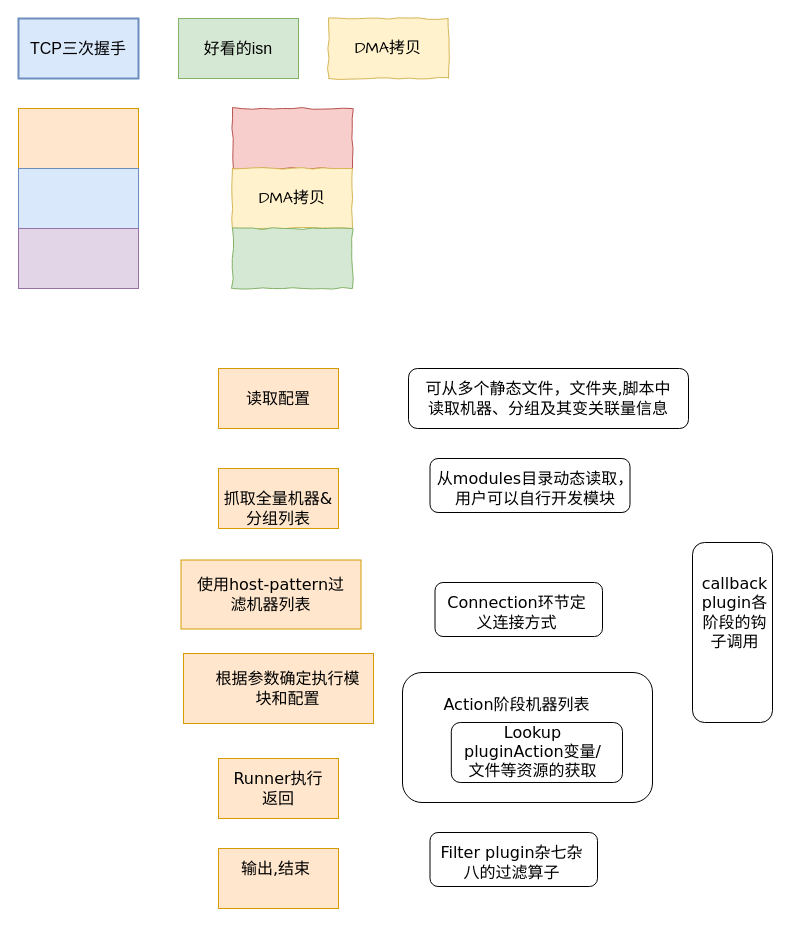
Above: Untitled Diagram.drawio in Kelsey1998/picture (draw.io), before the change. Source tidied: cells renumbered, new cells numbered last; positions are measured from the earlier drawing's top-left corner, leaving out a move shared by most shapes. Both pictures are drawn from the tidied source at 100%, with x=0, y=0 at pixel (18, 18).
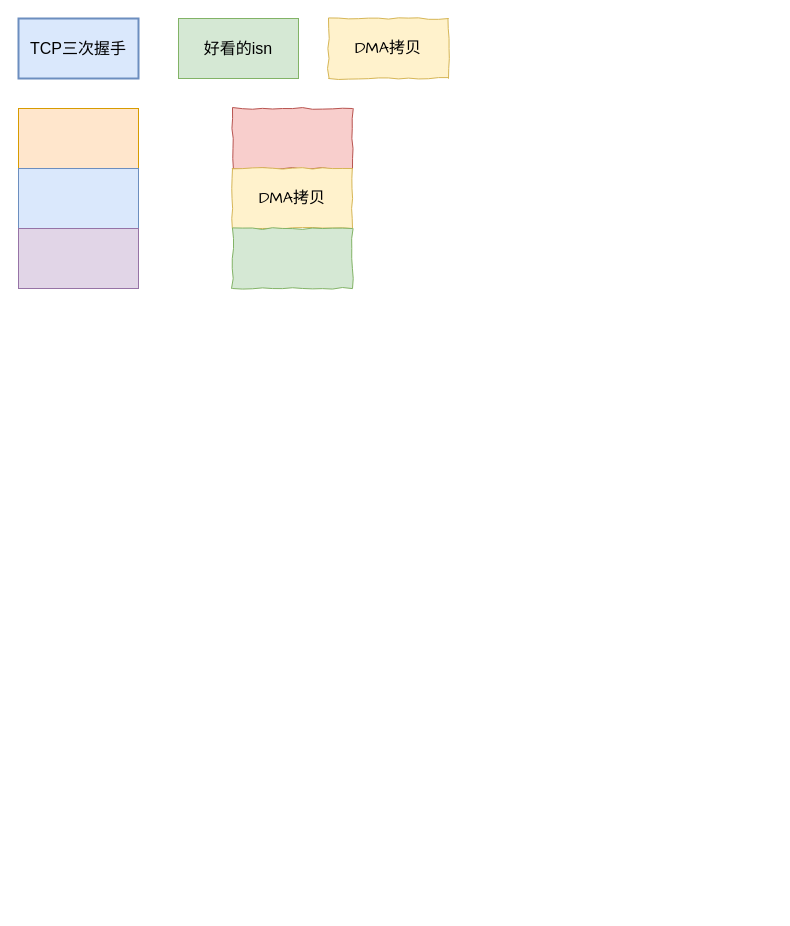
The same diagram, later.

Diff of the diagram source:
```diff
@@
-    <mxCell id="11" style="whiteSpace=wrap;html=1;fillColor=#ffe6cc;strokeColor=#d79b00;shadow=0;" parent="1" vertex="1">
-      <mxGeometry x="200" y="350" width="120" height="60" as="geometry" />
-    </mxCell>
-    <mxCell id="12" style="whiteSpace=wrap;html=1;fillColor=#ffe6cc;strokeColor=#d79b00;shadow=0;" parent="1" vertex="1">
-      <mxGeometry x="200" y="450" width="120" height="60" as="geometry" />
-    </mxCell>
-    <mxCell id="13" style="whiteSpace=wrap;html=1;fillColor=#ffe6cc;strokeColor=#d79b00;shadow=0;" parent="1" vertex="1">
-      <mxGeometry x="162.5" y="541.5" width="180" height="69" as="geometry" />
-    </mxCell>
-    <mxCell id="14" style="whiteSpace=wrap;html=1;fillColor=#ffe6cc;strokeColor=#d79b00;shadow=0;" parent="1" vertex="1">
-      <mxGeometry x="165" y="635" width="190" height="70" as="geometry" />
-    </mxCell>
-    <mxCell id="15" style="whiteSpace=wrap;html=1;fillColor=#ffe6cc;strokeColor=#d79b00;shadow=0;" parent="1" vertex="1">
-      <mxGeometry x="200" y="740" width="120" height="60" as="geometry" />
-    </mxCell>
-    <mxCell id="16" style="whiteSpace=wrap;html=1;fillColor=#ffe6cc;strokeColor=#d79b00;shadow=0;" parent="1" vertex="1">
-      <mxGeometry x="200" y="830" width="120" height="60" as="geometry" />
-    </mxCell>
-    <mxCell id="17" value="读取配置" style="text;html=1;strokeColor=none;fillColor=none;align=center;verticalAlign=middle;whiteSpace=wrap;rounded=0;shadow=0;fontFamily=Verdana;fontSize=16;fontColor=#000000;" parent="1" vertex="1">
-      <mxGeometry x="225" y="370" width="70" height="20" as="geometry" />
-    </mxCell>
-    <mxCell id="18" value="抓取全量机器&amp;amp;分组列表" style="text;html=1;strokeColor=none;fillColor=none;align=center;verticalAlign=middle;whiteSpace=wrap;rounded=0;shadow=0;fontFamily=Verdana;fontSize=16;fontColor=#000000;" parent="1" vertex="1">
-      <mxGeometry x="200" y="480" width="120" height="20" as="geometry" />
-    </mxCell>
-    <mxCell id="19" value="使用host-pattern过滤机器列表" style="text;html=1;strokeColor=none;fillColor=none;align=center;verticalAlign=middle;whiteSpace=wrap;rounded=0;shadow=0;fontFamily=Verdana;fontSize=16;fontColor=#000000;" parent="1" vertex="1">
-      <mxGeometry x="175" y="566" width="155" height="20" as="geometry" />
-    </mxCell>
-    <mxCell id="20" value="Runner执行返回" style="text;html=1;strokeColor=none;fillColor=none;align=center;verticalAlign=middle;whiteSpace=wrap;rounded=0;shadow=0;fontFamily=Verdana;fontSize=16;fontColor=#000000;" parent="1" vertex="1">
-      <mxGeometry x="207" y="760" width="106" height="20" as="geometry" />
-    </mxCell>
-    <mxCell id="21" value="根据参数确定执行模块和配置" style="text;html=1;strokeColor=none;fillColor=none;align=center;verticalAlign=middle;whiteSpace=wrap;rounded=0;shadow=0;fontFamily=Verdana;fontSize=16;fontColor=#000000;" parent="1" vertex="1">
-      <mxGeometry x="195.5" y="660" width="147" height="20" as="geometry" />
-    </mxCell>
-    <mxCell id="22" value="输出,结束" style="text;html=1;strokeColor=none;fillColor=none;align=center;verticalAlign=middle;whiteSpace=wrap;rounded=0;shadow=0;fontFamily=Verdana;fontSize=16;fontColor=#000000;" parent="1" vertex="1">
-      <mxGeometry x="205" y="840" width="105" height="20" as="geometry" />
-    </mxCell>
-    <mxCell id="23" style="rounded=1;whiteSpace=wrap;html=1;shadow=0;fillColor=none;fontFamily=Verdana;fontSize=16;" parent="1" vertex="1">
-      <mxGeometry x="390" y="350" width="280" height="60" as="geometry" />
-    </mxCell>
-    <mxCell id="24" value="可从多个静态文件，文件夹,脚本中读取机器、分组及其变关联量信息" style="text;html=1;strokeColor=none;fillColor=none;align=center;verticalAlign=middle;whiteSpace=wrap;rounded=0;shadow=0;fontFamily=Verdana;fontSize=16;fontColor=#000000;" parent="1" vertex="1">
-      <mxGeometry x="400" y="370" width="260" height="20" as="geometry" />
-    </mxCell>
-    <mxCell id="25" style="rounded=1;whiteSpace=wrap;html=1;shadow=0;fillColor=none;fontFamily=Verdana;fontSize=16;" parent="1" vertex="1">
-      <mxGeometry x="411.5" y="440" width="200" height="54" as="geometry" />
-    </mxCell>
-    <mxCell id="26" value="从modules目录动态读取，用户可以自行开发模块" style="text;html=1;strokeColor=none;fillColor=none;align=center;verticalAlign=middle;whiteSpace=wrap;rounded=0;shadow=0;fontFamily=Verdana;fontSize=16;fontColor=#000000;" parent="1" vertex="1">
-      <mxGeometry x="416.5" y="460" width="200" height="20" as="geometry" />
-    </mxCell>
-    <mxCell id="27" style="rounded=1;whiteSpace=wrap;html=1;shadow=0;fillColor=none;fontFamily=Verdana;fontSize=16;" parent="1" vertex="1">
-      <mxGeometry x="416.5" y="564" width="167.5" height="54" as="geometry" />
-    </mxCell>
-    <mxCell id="28" value="Connection环节定义连接方式&lt;br&gt;" style="text;html=1;strokeColor=none;fillColor=none;align=center;verticalAlign=middle;whiteSpace=wrap;rounded=0;shadow=0;fontFamily=Verdana;fontSize=16;fontColor=#000000;" parent="1" vertex="1">
-      <mxGeometry x="421.5" y="584" width="152.5" height="20" as="geometry" />
-    </mxCell>
-    <mxCell id="29" style="rounded=1;whiteSpace=wrap;html=1;shadow=0;fillColor=none;fontFamily=Verdana;fontSize=16;" parent="1" vertex="1">
-      <mxGeometry x="384" y="654" width="250" height="130" as="geometry" />
-    </mxCell>
-    <mxCell id="30" value="Action阶段机器列表" style="text;html=1;strokeColor=none;fillColor=none;align=center;verticalAlign=middle;whiteSpace=wrap;rounded=0;shadow=0;fontFamily=Verdana;fontSize=16;fontColor=#000000;" parent="1" vertex="1">
-      <mxGeometry x="421.5" y="677" width="152.5" height="17" as="geometry" />
-    </mxCell>
-    <mxCell id="31" style="rounded=1;whiteSpace=wrap;html=1;shadow=0;fillColor=none;fontFamily=Verdana;fontSize=16;" parent="1" vertex="1">
-      <mxGeometry x="432.8" y="704" width="171.2" height="60" as="geometry" />
-    </mxCell>
-    <mxCell id="32" value="Lookup pluginAction变量/文件等资源的获取" style="text;html=1;strokeColor=none;fillColor=none;align=center;verticalAlign=middle;whiteSpace=wrap;rounded=0;shadow=0;fontFamily=Verdana;fontSize=16;fontColor=#000000;" parent="1" vertex="1">
-      <mxGeometry x="437.8" y="724" width="152.5" height="17" as="geometry" />
-    </mxCell>
-    <mxCell id="33" style="rounded=1;whiteSpace=wrap;html=1;shadow=0;fillColor=none;fontFamily=Verdana;fontSize=16;" parent="1" vertex="1">
-      <mxGeometry x="411.5" y="814" width="167.5" height="54" as="geometry" />
-    </mxCell>
-    <mxCell id="34" value="Filter plugin杂七杂八的过滤算子" style="text;html=1;strokeColor=none;fillColor=none;align=center;verticalAlign=middle;whiteSpace=wrap;rounded=0;shadow=0;fontFamily=Verdana;fontSize=16;fontColor=#000000;" parent="1" vertex="1">
-      <mxGeometry x="416.5" y="834" width="152.5" height="20" as="geometry" />
-    </mxCell>
-    <mxCell id="35" style="rounded=1;whiteSpace=wrap;html=1;shadow=0;fillColor=none;fontFamily=Verdana;fontSize=16;" parent="1" vertex="1">
-      <mxGeometry x="674" y="524" width="80" height="180" as="geometry" />
-    </mxCell>
-    <mxCell id="36" value="callback plugin各阶段的钩子调用" style="text;html=1;strokeColor=none;fillColor=none;align=center;verticalAlign=middle;whiteSpace=wrap;rounded=0;shadow=0;fontFamily=Verdana;fontSize=16;fontColor=#000000;" parent="1" vertex="1">
-      <mxGeometry x="679" y="574" width="75" height="40" as="geometry" />
-    </mxCell>
```
